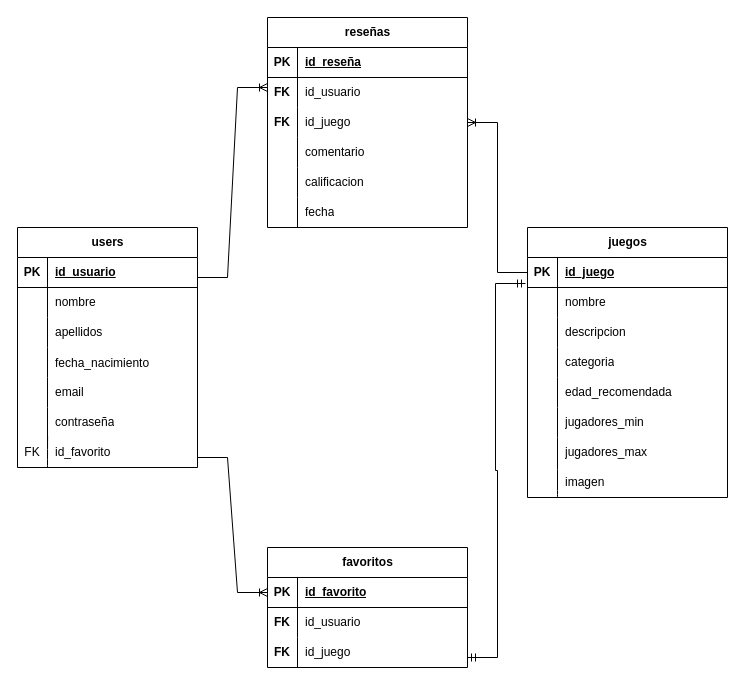
Above: utils/Diagrama sin título.drawio in SortegaG/boardgames (draw.io), before the change. Source tidied: cells renumbered, new cells numbered last; positions are measured from the earlier drawing's top-left corner, leaving out a move shared by most shapes. Both pictures are drawn from the tidied source at 100%, with x=0, y=0 at pixel (17, 17).
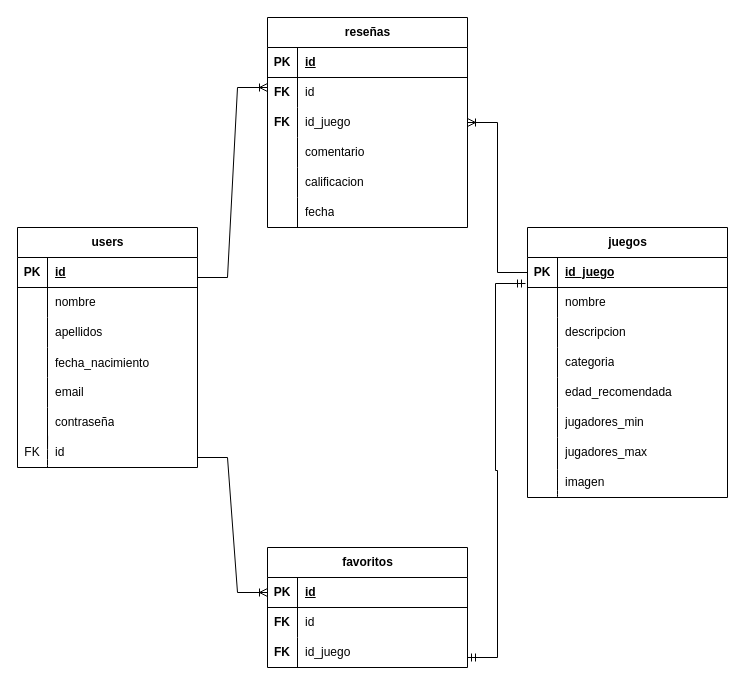
After the change.

The change refers to these unchanged cells:
```xml
<mxCell id="25" style="shape=tableRow;horizontal=0;startSize=0;swimlaneHead=0;swimlaneBody=0;fillColor=none;top=0;left=0;right=0;bottom=1;" parent="24" vertex="1">
  <mxGeometry y="30" width="180" height="30" as="geometry" />
</mxCell>
<mxCell id="47" style="shape=tableRow;horizontal=0;startSize=0;swimlaneHead=0;swimlaneBody=0;fillColor=none;points=[[0,0.5],[1,0.5]];portConstraint=eastwest;top=0;left=0;right=0;bottom=1;" parent="46" vertex="1">
  <mxGeometry y="30" width="200" height="30" as="geometry" />
</mxCell>
<mxCell id="50" style="shape=tableRow;horizontal=0;startSize=0;swimlaneHead=0;swimlaneBody=0;fillColor=none;top=0;left=0;right=0;bottom=0;" parent="46" vertex="1">
  <mxGeometry y="60" width="200" height="30" as="geometry" />
</mxCell>
<mxCell id="57" style="shape=tableRow;horizontal=0;startSize=0;swimlaneHead=0;swimlaneBody=0;fillColor=none;top=0;left=0;right=0;bottom=1;" parent="56" vertex="1">
  <mxGeometry y="30" width="200" height="30" as="geometry" />
</mxCell>
<mxCell id="60" style="shape=tableRow;horizontal=0;startSize=0;swimlaneHead=0;swimlaneBody=0;fillColor=none;top=0;left=0;right=0;bottom=0;" parent="56" vertex="1">
  <mxGeometry y="60" width="200" height="30" as="geometry" />
</mxCell>
```

Change to the diagram source:
```diff
@@
-    <mxCell id="27" value="id_usuario" style="shape=partialRectangle;fillColor=none;top=0;left=0;bottom=0;right=0;align=left;spacingLeft=6;fontStyle=5;overflow=hidden;whiteSpace=wrap;html=1;" parent="25" vertex="1">
+    <mxCell id="27" value="id" style="shape=partialRectangle;fillColor=none;top=0;left=0;bottom=0;right=0;align=left;spacingLeft=6;fontStyle=5;overflow=hidden;whiteSpace=wrap;html=1;" parent="25" vertex="1">
       <mxGeometry x="30" width="150" height="30" as="geometry" />
     </mxCell>
@@
-    <mxCell id="43" value="id_favorito" style="shape=partialRectangle;fillColor=none;top=0;left=0;bottom=0;right=0;align=left;spacingLeft=6;overflow=hidden;whiteSpace=wrap;html=1;" parent="1" vertex="1">
+    <mxCell id="43" value="id" style="shape=partialRectangle;fillColor=none;top=0;left=0;bottom=0;right=0;align=left;spacingLeft=6;overflow=hidden;whiteSpace=wrap;html=1;" parent="1" vertex="1">
       <mxGeometry x="30" y="420" width="150" height="30" as="geometry" />
     </mxCell>
@@
-    <mxCell id="49" value="id_favorito" style="shape=partialRectangle;fillColor=none;top=0;left=0;bottom=0;right=0;align=left;spacingLeft=6;fontStyle=5;overflow=hidden;whiteSpace=wrap;html=1;" parent="47" vertex="1">
+    <mxCell id="49" value="id" style="shape=partialRectangle;fillColor=none;top=0;left=0;bottom=0;right=0;align=left;spacingLeft=6;fontStyle=5;overflow=hidden;whiteSpace=wrap;html=1;" parent="47" vertex="1">
       <mxGeometry x="30" width="170" height="30" as="geometry" />
     </mxCell>
@@
-    <mxCell id="52" value="id_usuario" style="shape=partialRectangle;fillColor=none;top=0;left=0;bottom=0;right=0;align=left;spacingLeft=6;overflow=hidden;whiteSpace=wrap;html=1;" parent="50" vertex="1">
+    <mxCell id="52" value="id" style="shape=partialRectangle;fillColor=none;top=0;left=0;bottom=0;right=0;align=left;spacingLeft=6;overflow=hidden;whiteSpace=wrap;html=1;" parent="50" vertex="1">
       <mxGeometry x="30" width="170" height="30" as="geometry" />
     </mxCell>
@@
-    <mxCell id="59" value="id_reseña" style="shape=partialRectangle;fillColor=none;top=0;left=0;bottom=0;right=0;align=left;spacingLeft=6;fontStyle=5;overflow=hidden;whiteSpace=wrap;html=1;" parent="57" vertex="1">
+    <mxCell id="59" value="id" style="shape=partialRectangle;fillColor=none;top=0;left=0;bottom=0;right=0;align=left;spacingLeft=6;fontStyle=5;overflow=hidden;whiteSpace=wrap;html=1;" parent="57" vertex="1">
       <mxGeometry x="30" width="170" height="30" as="geometry" />
     </mxCell>
@@
-    <mxCell id="62" value="id_usuario" style="shape=partialRectangle;fillColor=none;top=0;left=0;bottom=0;right=0;align=left;spacingLeft=6;overflow=hidden;whiteSpace=wrap;html=1;" parent="60" vertex="1">
+    <mxCell id="62" value="id" style="shape=partialRectangle;fillColor=none;top=0;left=0;bottom=0;right=0;align=left;spacingLeft=6;overflow=hidden;whiteSpace=wrap;html=1;" parent="60" vertex="1">
       <mxGeometry x="30" width="170" height="30" as="geometry" />
     </mxCell>
```
